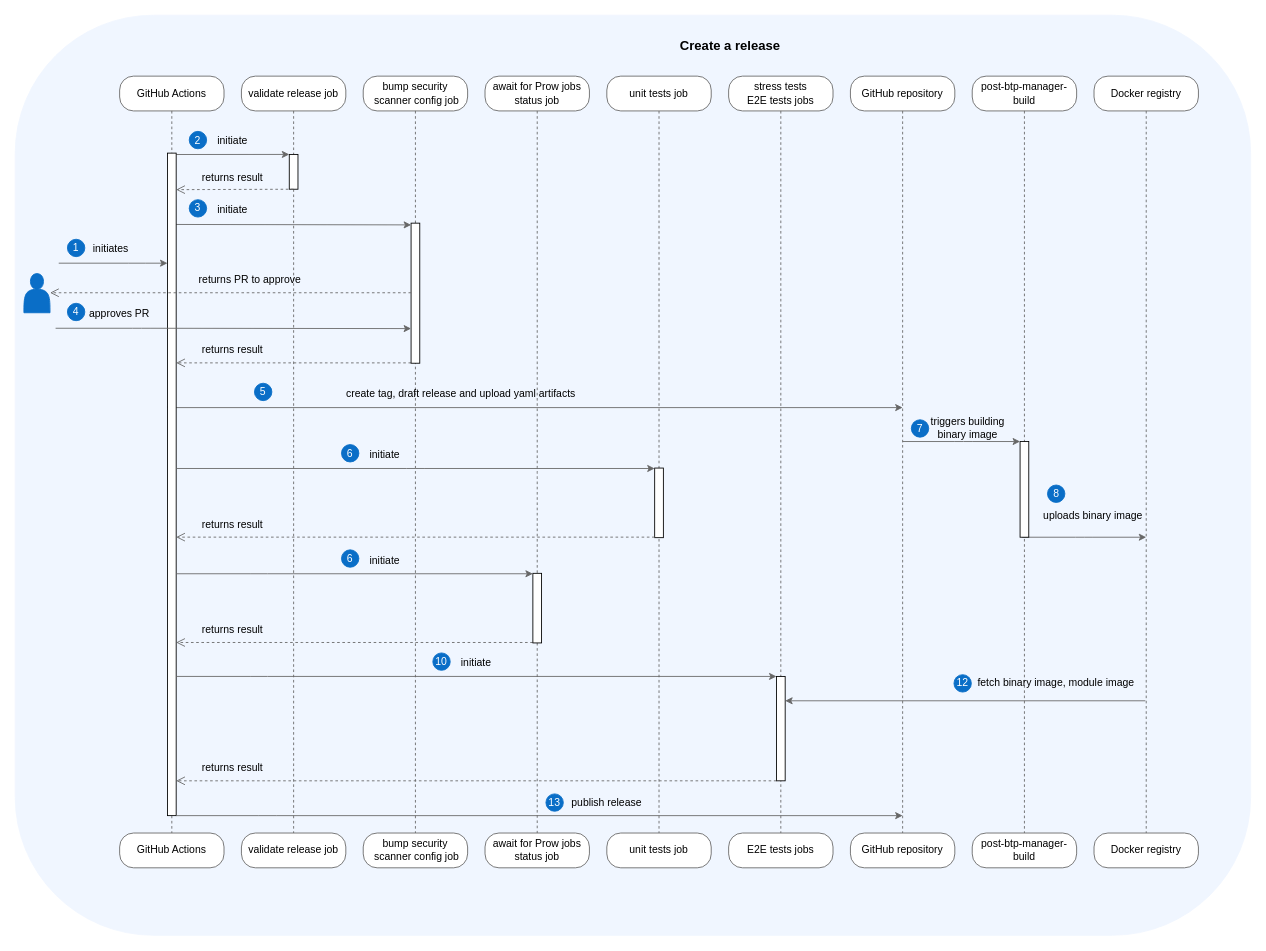
The draw.io diagram docs/assets/release.drawio in kyma-project/btp-manager, before the edit. Source tidied: cells renumbered, new cells numbered last; positions are measured from the earlier drawing's top-left corner, leaving out a move shared by most shapes. Both pictures are drawn from the tidied source at 87%, with x=0, y=0 at pixel (15, 15).
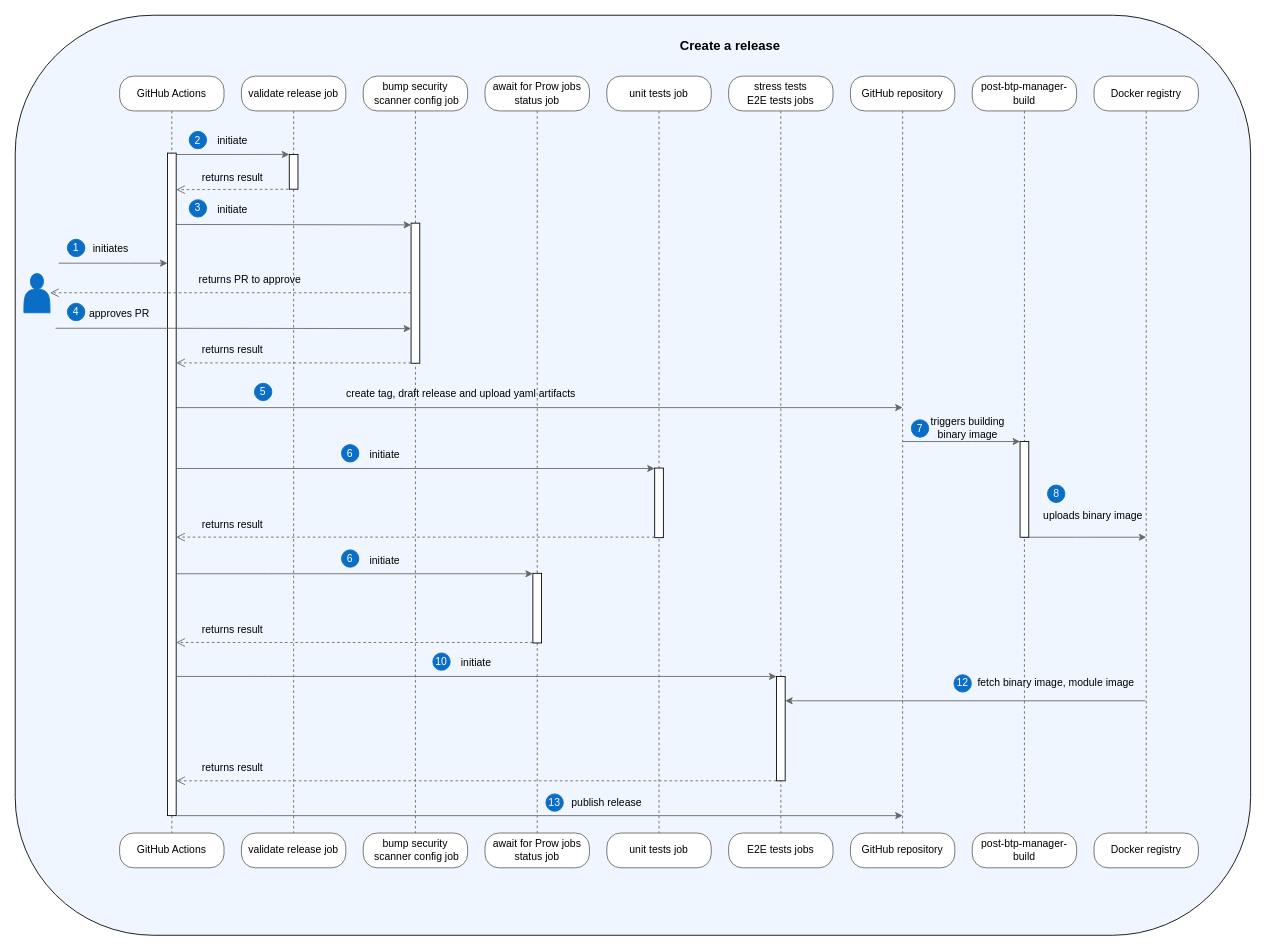
After the change.

What changed in the source:
```diff
@@
-    <mxCell id="2" style="rounded=1;whiteSpace=wrap;html=1;fillColor=#f0f6ff;strokeColor=#f0f6ff;verticalAlign=bottom;" parent="1" vertex="1">
+    <mxCell id="2" style="rounded=1;whiteSpace=wrap;html=1;verticalAlign=bottom;fillColor=#f0f6ff;" parent="1" vertex="1">
       <mxGeometry width="1420" height="1057.5" as="geometry" />
     </mxCell>
```
